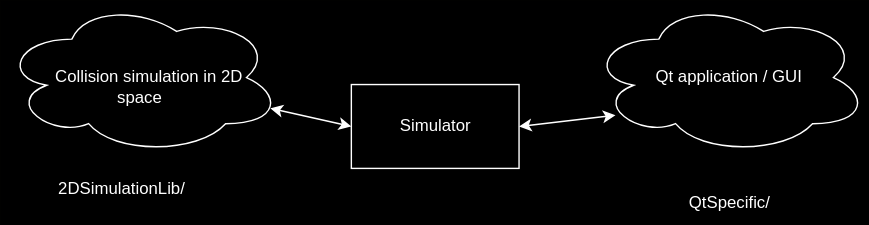
The draw.io diagram doc/icp_img1.drawio.svg in denis-fekete/icp_project, before a commit. Source tidied: cells renumbered, new cells last; positions are measured from the earlier drawing's top-left corner, leaving out a move shared by most shapes.
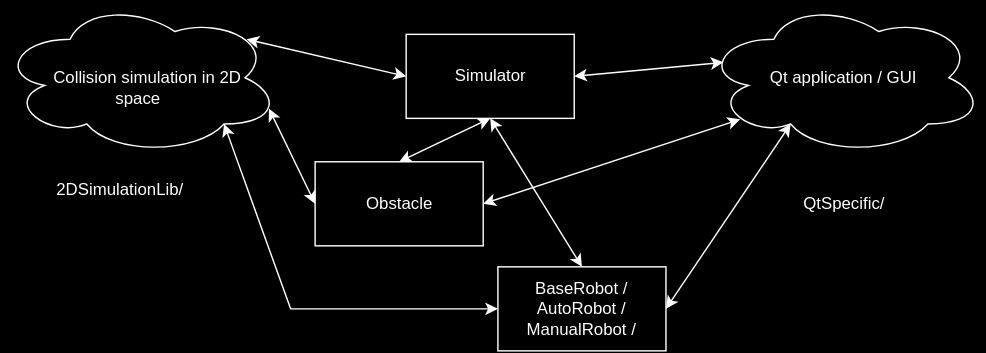
The same file after the commit.

Diff of the diagram source:
```diff
@@ -6,22 +6,50 @@
       <mxGeometry x="0.5" width="200" height="110" as="geometry" />
     </mxCell>
     <mxCell id="3" value="&lt;div&gt;Qt application / GUI&lt;/div&gt;" style="ellipse;shape=cloud;whiteSpace=wrap;html=1;fillColor=none;" parent="1" vertex="1">
-      <mxGeometry x="420.5" width="200" height="110" as="geometry" />
+      <mxGeometry x="503" width="200" height="110" as="geometry" />
     </mxCell>
     <mxCell id="4" value="Simulator" style="rounded=0;whiteSpace=wrap;html=1;fillColor=none;" parent="1" vertex="1">
-      <mxGeometry x="250.5" y="60" width="120" height="60" as="geometry" />
+      <mxGeometry x="290.5" y="24" width="120" height="60" as="geometry" />
     </mxCell>
-    <mxCell id="5" style="endArrow=classic;startArrow=classic;html=1;rounded=0;entryX=0;entryY=0.5;entryDx=0;entryDy=0;exitX=0.96;exitY=0.7;exitDx=0;exitDy=0;exitPerimeter=0;" parent="1" edge="1" source="2" target="4">
+    <mxCell id="5" style="endArrow=classic;startArrow=classic;html=1;rounded=0;entryX=0;entryY=0.5;entryDx=0;entryDy=0;exitX=0.88;exitY=0.25;exitDx=0;exitDy=0;exitPerimeter=0;" parent="1" edge="1" source="2" target="4">
       <mxGeometry relative="1" as="geometry" />
     </mxCell>
-    <mxCell id="6" style="endArrow=classic;startArrow=classic;html=1;rounded=0;entryX=0.095;entryY=0.745;entryDx=0;entryDy=0;entryPerimeter=0;exitX=1;exitY=0.5;exitDx=0;exitDy=0;" parent="1" edge="1" source="4" target="3">
+    <mxCell id="6" style="endArrow=classic;startArrow=classic;html=1;rounded=0;entryX=0.07;entryY=0.4;entryDx=0;entryDy=0;entryPerimeter=0;exitX=1;exitY=0.5;exitDx=0;exitDy=0;" parent="1" edge="1" source="4" target="3">
       <mxGeometry relative="1" as="geometry" />
     </mxCell>
     <mxCell id="7" value="2DSimulationLib/" style="text;html=1;align=center;verticalAlign=middle;strokeColor=none;fillColor=none;" parent="1" vertex="1">
       <mxGeometry x="30.5" y="120" width="110" height="30" as="geometry" />
     </mxCell>
     <mxCell id="8" value="QtSpecific/" style="text;html=1;align=center;verticalAlign=middle;strokeColor=none;fillColor=none;" parent="1" vertex="1">
-      <mxGeometry x="480.5" y="130" width="80" height="30" as="geometry" />
+      <mxGeometry x="563" y="130" width="80" height="30" as="geometry" />
     </mxCell>
+    <mxCell id="9" value="BaseRobot /&lt;br&gt;AutoRobot /&lt;br&gt;ManualRobot /" style="rounded=0;whiteSpace=wrap;html=1;fillColor=none;" parent="1" vertex="1">
+      <mxGeometry x="356" y="190" width="120" height="60" as="geometry" />
+    </mxCell>
+    <mxCell id="10" value="Obstacle" style="rounded=0;whiteSpace=wrap;html=1;fillColor=none;" parent="1" vertex="1">
+      <mxGeometry x="225.5" y="115" width="120" height="60" as="geometry" />
+    </mxCell>
+    <mxCell id="11" style="endArrow=classic;startArrow=classic;html=1;rounded=0;entryX=0;entryY=0.5;entryDx=0;entryDy=0;exitX=0.96;exitY=0.7;exitDx=0;exitDy=0;exitPerimeter=0;" parent="1" edge="1" source="2" target="10">
+      <mxGeometry relative="1" as="geometry" />
+    </mxCell>
+    <mxCell id="12" style="endArrow=classic;startArrow=classic;html=1;rounded=0;entryX=0;entryY=0.5;entryDx=0;entryDy=0;exitX=0.8;exitY=0.8;exitDx=0;exitDy=0;exitPerimeter=0;" parent="1" edge="1" source="2" target="9">
+      <mxGeometry relative="1" as="geometry">
+        <Array as="points">
+          <mxPoint x="208" y="220" />
+        </Array>
+      </mxGeometry>
+    </mxCell>
+    <mxCell id="13" style="endArrow=classic;startArrow=classic;html=1;rounded=0;entryX=0.13;entryY=0.77;entryDx=0;entryDy=0;exitX=1;exitY=0.5;exitDx=0;exitDy=0;entryPerimeter=0;" parent="1" edge="1" source="10" target="3">
+      <mxGeometry relative="1" as="geometry" />
+    </mxCell>
+    <mxCell id="14" style="endArrow=classic;startArrow=classic;html=1;rounded=0;entryX=1;entryY=0.5;entryDx=0;entryDy=0;exitX=0.31;exitY=0.8;exitDx=0;exitDy=0;exitPerimeter=0;" parent="1" edge="1" source="3" target="9">
+      <mxGeometry relative="1" as="geometry" />
+    </mxCell>
+    <mxCell id="15" style="endArrow=classic;startArrow=classic;html=1;rounded=0;entryX=0.5;entryY=0;entryDx=0;entryDy=0;exitX=0.5;exitY=1;exitDx=0;exitDy=0;" parent="1" edge="1" source="4" target="10">
+      <mxGeometry relative="1" as="geometry" />
+    </mxCell>
+    <mxCell id="16" style="endArrow=classic;startArrow=classic;html=1;rounded=0;entryX=0.5;entryY=0;entryDx=0;entryDy=0;exitX=0.5;exitY=1;exitDx=0;exitDy=0;" parent="1" edge="1" source="4" target="9">
+      <mxGeometry relative="1" as="geometry" />
+    </mxCell>
   </root>
 </mxGraphModel>
```
